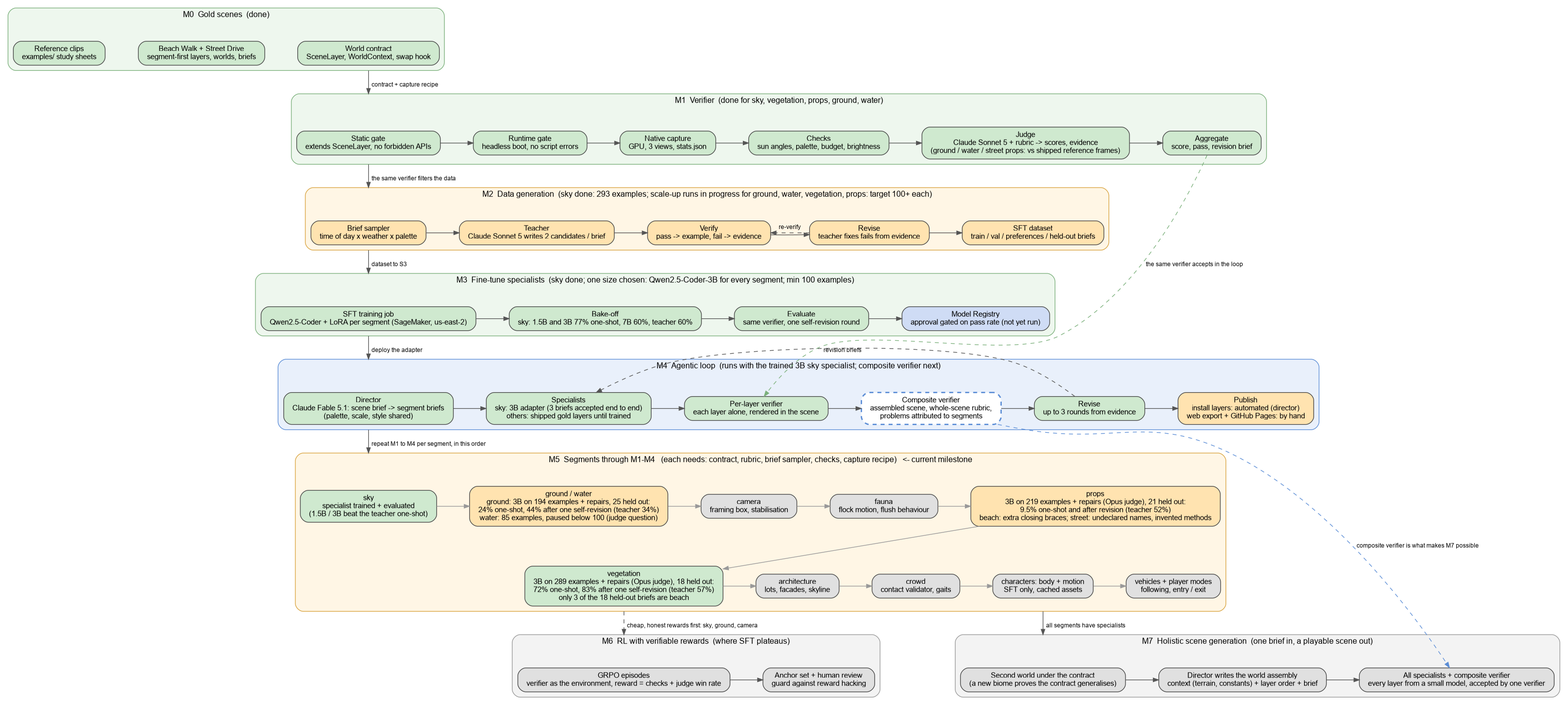
Above: design/pipeline.png in Marc-GenAI-AWS/godot-game (Graphviz), before the change. Its source is kept beside it as design/pipeline.dot.
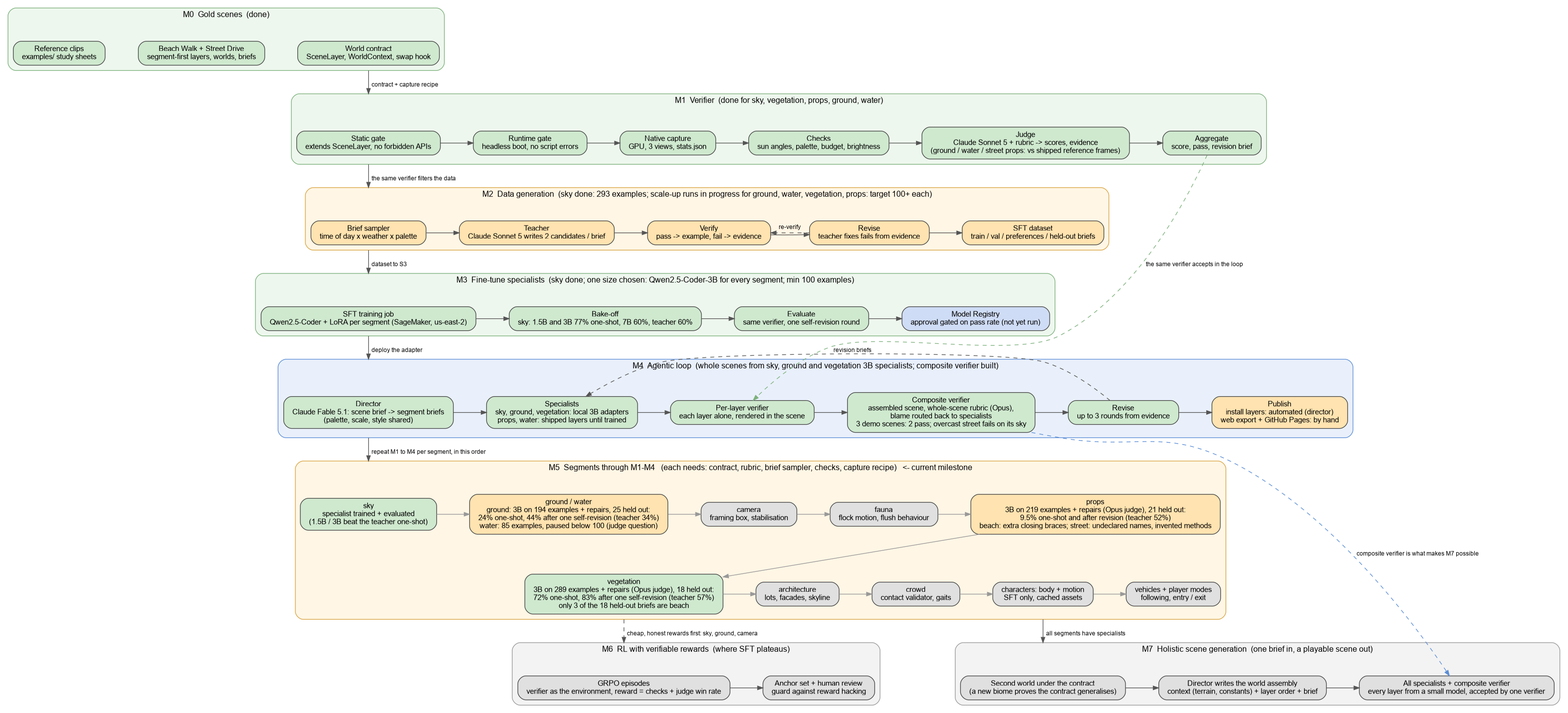
After the change.

Diff of the diagram source:
```diff
@@ -53,11 +53,11 @@
   }
 
   subgraph cluster_m4 {
-    label="M4  Agentic loop  (runs with the trained 3B sky specialist; composite verifier next)"; style="rounded,filled"; fillcolor="#e9f0fb"; color="#5b8dd6";
+    label="M4  Agentic loop  (whole scenes from sky, ground and vegetation 3B specialists; composite verifier built)"; style="rounded,filled"; fillcolor="#e9f0fb"; color="#5b8dd6";
     l1 [label="Director\nClaude Fable 5.1: scene brief -> segment briefs\n(palette, scale, style shared)", fillcolor="#cfe9cf"];
-    l2 [label="Specialists\nsky: 3B adapter (3 briefs accepted end to end)\nothers: shipped gold layers until trained", fillcolor="#cfe9cf"];
+    l2 [label="Specialists\nsky, ground, vegetation: local 3B adapters\nprops, water: shipped layers until trained", fillcolor="#cfe9cf"];
     l3 [label="Per-layer verifier\neach layer alone, rendered in the scene", fillcolor="#cfe9cf"];
-    l3b [label="Composite verifier\nassembled scene, whole-scene rubric,\nproblems attributed to segments", fillcolor="#ffffff", color="#5b8dd6", penwidth=2, style="rounded,filled,dashed"];
+    l3b [label="Composite verifier\nassembled scene, whole-scene rubric (Opus),\nblame routed back to specialists\n3 demo scenes: 2 pass; overcast street fails on its sky", fillcolor="#cfe9cf"];
     l4 [label="Revise\nup to 3 rounds from evidence", fillcolor="#cfe9cf"];
     l5 [label="Publish\ninstall layers: automated (director)\nweb export + GitHub Pages: by hand", fillcolor="#ffe3b0"];
     l1 -> l2 -> l3 -> l3b -> l4 -> l5;
```
